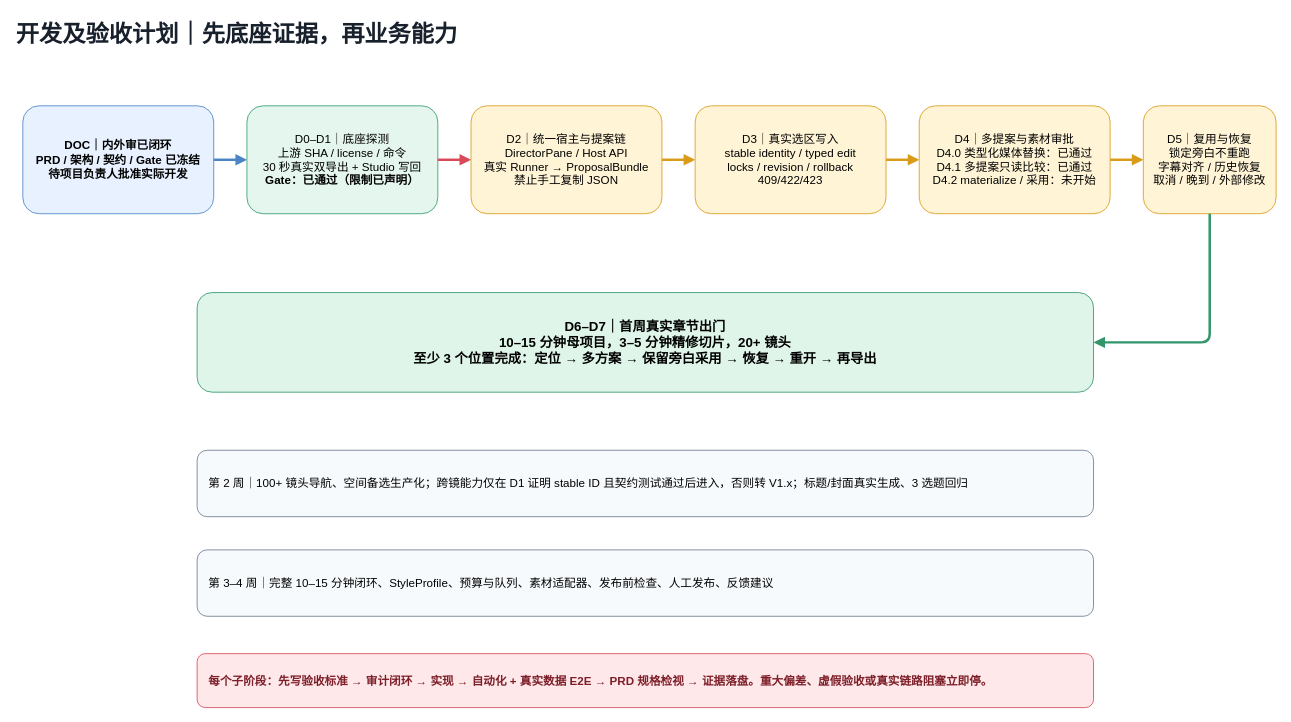
The draw.io diagram page "05_开发计划" (5 of 7) of docs/Narralens-V1-Development-GAP.drawio in ljx418/Narralens, before the edit. Source tidied: cells renumbered, new cells numbered last; positions are measured from the earlier drawing's top-left corner, leaving out a move shared by most shapes. Both pictures are drawn from the tidied source at 83%, with x=0, y=0 at pixel (14, 14).
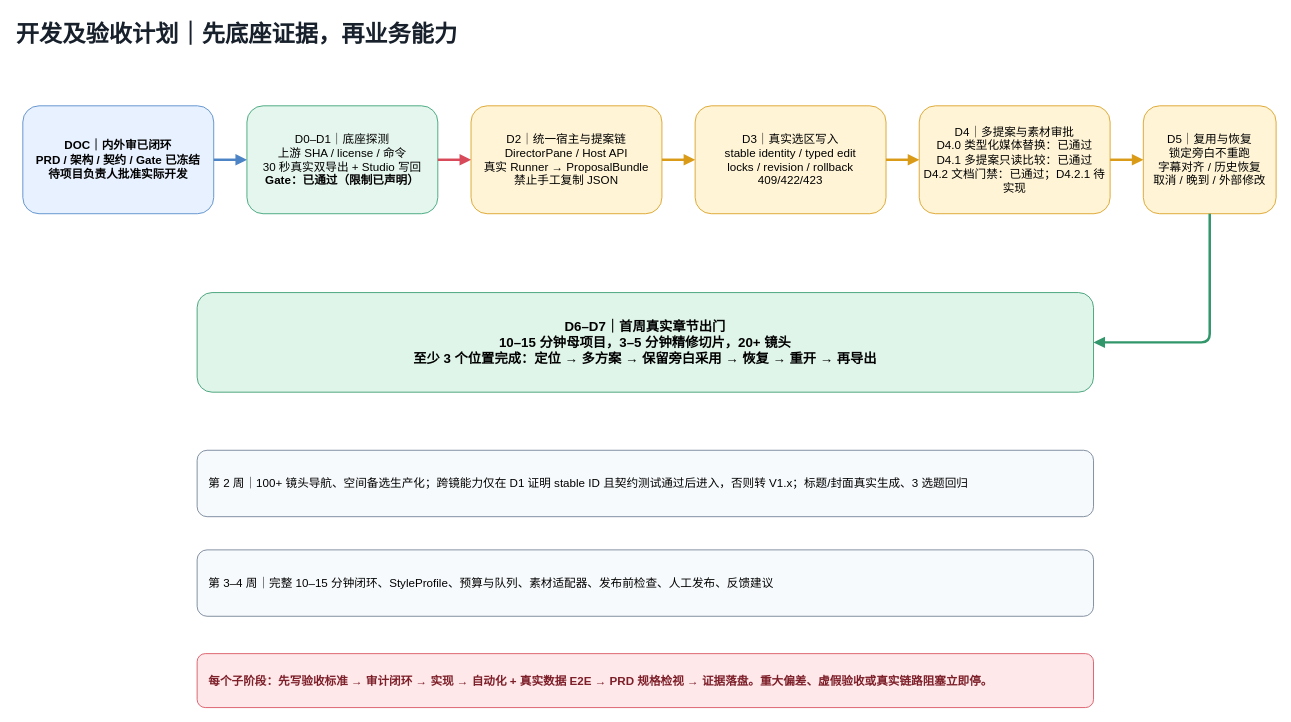
The same page after the edit.

Change to the diagram source:
```diff
@@
 <mxGraphModel>
   <root>
     <mxCell id="0" />
     <mxCell id="1" parent="0" />
     <mxCell id="2" value="开发及验收计划｜先底座证据，再业务能力" style="text;html=1;fontSize=28;fontStyle=1;fontColor=#17202B;" parent="1" vertex="1">
       <mxGeometry width="1000" height="50" as="geometry" />
     </mxCell>
     <mxCell id="3" value="DOC｜内外审已闭环&lt;br&gt;PRD / 架构 / 契约 / Gate 已冻结&lt;br&gt;待项目负责人批准实际开发" style="rounded=1;whiteSpace=wrap;html=1;fillColor=#E8F1FF;strokeColor=#4C84C6;fontSize=14;fontStyle=1;" parent="1" vertex="1">
       <mxGeometry x="10" y="110" width="230" height="130" as="geometry" />
     </mxCell>
     <mxCell id="4" value="D0–D1｜底座探测&lt;br&gt;上游 SHA / license / 命令&lt;br&gt;30 秒真实双导出 + Studio 写回&lt;br&gt;&lt;b&gt;Gate：已通过（限制已声明）&lt;/b&gt;" style="rounded=1;whiteSpace=wrap;html=1;fillColor=#E5F6EE;strokeColor=#2E9D6E;fontSize=14;" parent="1" vertex="1">
       <mxGeometry x="280" y="110" width="230" height="130" as="geometry" />
     </mxCell>
     <mxCell id="5" value="D2｜统一宿主与提案链&lt;br&gt;DirectorPane / Host API&lt;br&gt;真实 Runner → ProposalBundle&lt;br&gt;禁止手工复制 JSON" style="rounded=1;whiteSpace=wrap;html=1;fillColor=#FFF4D6;strokeColor=#D99B18;fontSize=14;" parent="1" vertex="1">
       <mxGeometry x="550" y="110" width="230" height="130" as="geometry" />
     </mxCell>
     <mxCell id="6" value="D3｜真实选区写入&lt;br&gt;stable identity / typed edit&lt;br&gt;locks / revision / rollback&lt;br&gt;409/422/423" style="rounded=1;whiteSpace=wrap;html=1;fillColor=#FFF4D6;strokeColor=#D99B18;fontSize=14;" parent="1" vertex="1">
       <mxGeometry x="820" y="110" width="230" height="130" as="geometry" />
     </mxCell>
-    <mxCell id="7" value="D4｜多提案与素材审批&lt;br&gt;D4.0 类型化媒体替换：已通过&lt;br&gt;D4.1 多提案只读比较：已通过&lt;br&gt;D4.2 materialize / 采用：未开始" style="rounded=1;whiteSpace=wrap;html=1;fillColor=#FFF4D6;strokeColor=#D99B18;fontSize=14;" parent="1" vertex="1">
+    <mxCell id="7" value="D4｜多提案与素材审批&lt;br&gt;D4.0 类型化媒体替换：已通过&lt;br&gt;D4.1 多提案只读比较：已通过&lt;br&gt;D4.2 文档门禁：已通过；D4.2.1 待实现" style="rounded=1;whiteSpace=wrap;html=1;fillColor=#FFF4D6;strokeColor=#D99B18;fontSize=14;" parent="1" vertex="1">
       <mxGeometry x="1090" y="110" width="230" height="130" as="geometry" />
     </mxCell>
     <mxCell id="8" value="D5｜复用与恢复&lt;br&gt;锁定旁白不重跑&lt;br&gt;字幕对齐 / 历史恢复&lt;br&gt;取消 / 晚到 / 外部修改" style="rounded=1;whiteSpace=wrap;html=1;fillColor=#FFF4D6;strokeColor=#D99B18;fontSize=14;" parent="1" vertex="1">
       <mxGeometry x="1360" y="110" width="160" height="130" as="geometry" />
     </mxCell>
     <mxCell id="9" style="edgeStyle=orthogonalEdgeStyle;html=1;strokeColor=#4C84C6;strokeWidth=3;endArrow=block;" parent="1" edge="1" source="3" target="4">
       <mxGeometry relative="1" as="geometry" />
     </mxCell>
     <mxCell id="10" style="edgeStyle=orthogonalEdgeStyle;html=1;strokeColor=#D84A59;strokeWidth=3;endArrow=block;" parent="1" edge="1" source="4" target="5">
       <mxGeometry relative="1" as="geometry" />
     </mxCell>
     <mxCell id="11" style="edgeStyle=orthogonalEdgeStyle;html=1;strokeColor=#D99B18;strokeWidth=3;endArrow=block;" parent="1" edge="1" source="5" target="6">
       <mxGeometry relative="1" as="geometry" />
     </mxCell>
     <mxCell id="12" style="edgeStyle=orthogonalEdgeStyle;html=1;strokeColor=#D99B18;strokeWidth=3;endArrow=block;" parent="1" edge="1" source="6" target="7">
       <mxGeometry relative="1" as="geometry" />
     </mxCell>
     <mxCell id="13" style="edgeStyle=orthogonalEdgeStyle;html=1;strokeColor=#D99B18;strokeWidth=3;endArrow=block;" parent="1" edge="1" source="7" target="8">
       <mxGeometry relative="1" as="geometry" />
     </mxCell>
     <mxCell id="14" value="D6–D7｜首周真实章节出门&lt;br&gt;10–15 分钟母项目，3–5 分钟精修切片，20+ 镜头&lt;br&gt;至少 3 个位置完成：定位 → 多方案 → 保留旁白采用 → 恢复 → 重开 → 再导出" style="rounded=1;whiteSpace=wrap;html=1;fillColor=#DFF5EA;strokeColor=#31966A;fontSize=16;fontStyle=1;" parent="1" vertex="1">
       <mxGeometry x="220" y="335" width="1080" height="120" as="geometry" />
     </mxCell>
     <mxCell id="15" style="edgeStyle=orthogonalEdgeStyle;html=1;strokeColor=#31966A;strokeWidth=3;endArrow=block;exitX=0.5;exitY=1;entryX=1;entryY=0.5;" parent="1" edge="1" source="8" target="14">
       <mxGeometry relative="1" as="geometry" />
     </mxCell>
     <mxCell id="16" value="第 2 周｜100+ 镜头导航、空间备选生产化；跨镜能力仅在 D1 证明 stable ID 且契约测试通过后进入，否则转 V1.x；标题/封面真实生成、3 选题回归" style="rounded=1;whiteSpace=wrap;html=1;fillColor=#F7FAFC;strokeColor=#6B7C90;fontSize=14;align=left;spacing=14;" parent="1" vertex="1">
       <mxGeometry x="220" y="525" width="1080" height="80" as="geometry" />
     </mxCell>
     <mxCell id="17" value="第 3–4 周｜完整 10–15 分钟闭环、StyleProfile、预算与队列、素材适配器、发布前检查、人工发布、反馈建议" style="rounded=1;whiteSpace=wrap;html=1;fillColor=#F7FAFC;strokeColor=#6B7C90;fontSize=14;align=left;spacing=14;" parent="1" vertex="1">
       <mxGeometry x="220" y="645" width="1080" height="80" as="geometry" />
     </mxCell>
     <mxCell id="18" value="每个子阶段：先写验收标准 → 审计闭环 → 实现 → 自动化 + 真实数据 E2E → PRD 规格检视 → 证据落盘。重大偏差、虚假验收或真实链路阻塞立即停。" style="rounded=1;whiteSpace=wrap;html=1;fillColor=#FFE8EA;strokeColor=#D84A59;fontColor=#7D1F29;fontSize=14;fontStyle=1;align=left;spacing=14;" parent="1" vertex="1">
       <mxGeometry x="220" y="770" width="1080" height="65" as="geometry" />
     </mxCell>
   </root>
 </mxGraphModel>
```
